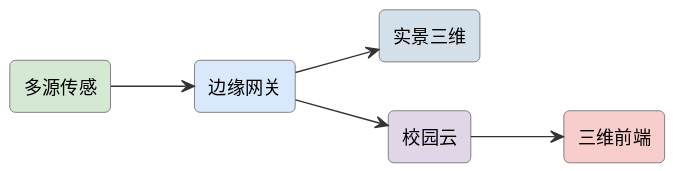
Before: assets/diagrams/ideas-fig129.svg, a diagram exported from PlantUML (mingyi0818/IntelligentMcuCourse). The source it was exported from:
```plantuml
@startuml
skinparam defaultFontName "Microsoft YaHei"
skinparam rectangleRoundCorner 8
skinparam rectangleBorderColor #555
skinparam rectangleFontSize 13
skinparam arrowFontSize 11
skinparam arrowColor #333
left to right direction
rectangle "多源传感" as s #d5e8d4
rectangle "边缘网关" as edge #dae8fc
rectangle "实景三维" as tw #d3e0ea
rectangle "校园云" as cloud #e1d5e8
rectangle "三维前端" as web #f8cecc
s --> edge
edge --> tw
edge --> cloud
cloud --> web
@enduml
```
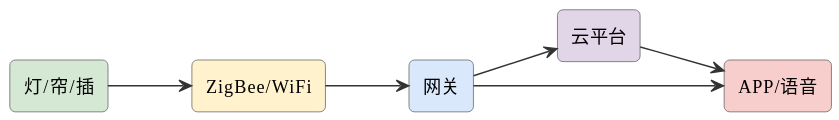
The same diagram one commit later.

The edit, as a diff of the source:
```diff
@@ -6,13 +6,14 @@
 skinparam arrowFontSize 11
 skinparam arrowColor #333
 left to right direction
-rectangle "多源传感" as s #d5e8d4
-rectangle "边缘网关" as edge #dae8fc
-rectangle "实景三维" as tw #d3e0ea
-rectangle "校园云" as cloud #e1d5e8
-rectangle "三维前端" as web #f8cecc
-s --> edge
-edge --> tw
-edge --> cloud
-cloud --> web
+rectangle "灯/帘/插" as dev #d5e8d4
+rectangle "ZigBee/WiFi" as z #fff2cc
+rectangle "网关" as gw #dae8fc
+rectangle "云平台" as cloud #e1d5e8
+rectangle "APP/语音" as app #f8cecc
+dev --> z
+z --> gw
+gw --> cloud
+cloud --> app
+gw --> app
 @enduml
```
